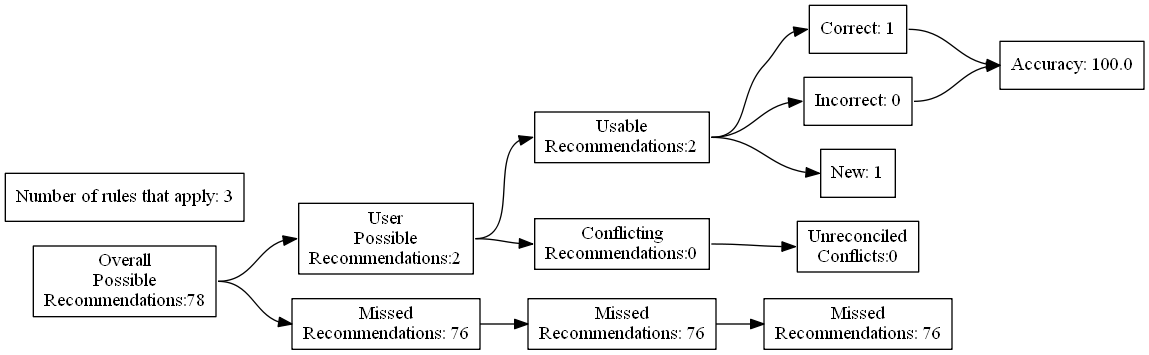
Above: test_renders/110.gv.png in ZaxR/ibd_diet_analysis (Graphviz), before the change. Its source is kept beside it as test_renders/110.gv.
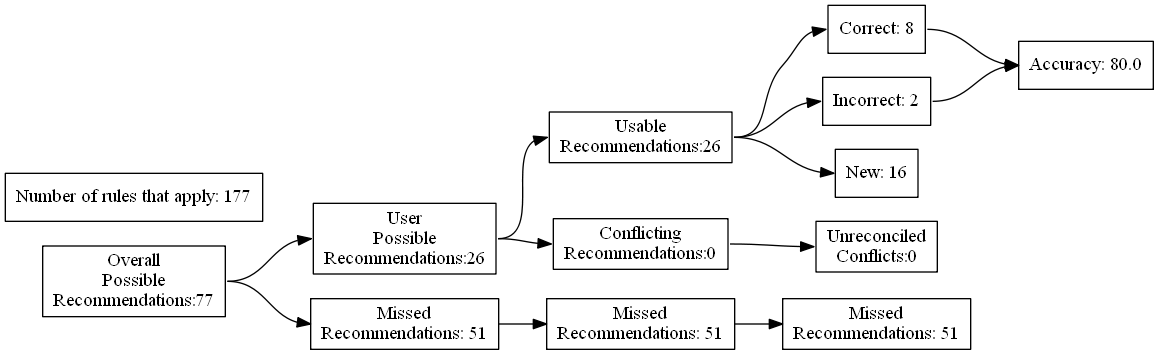
The same diagram one commit later.

Diff of the diagram source:
```diff
@@ -4,27 +4,27 @@
 	edge [headport=w tailport=e]
 		A [label="Overall
 Possible
-Recommendations:78"]
+Recommendations:77"]
 		B [label="User
 Possible
-Recommendations:2"]
+Recommendations:26"]
 		C [label="Missed
-Recommendations: 76"]
+Recommendations: 51"]
 		D [label="Usable
-Recommendations:2"]
+Recommendations:26"]
 		E [label="Conflicting
 Recommendations:0"]
 		J [label="Missed
-Recommendations: 76"]
+Recommendations: 51"]
 		M [label="Unreconciled
 Conflicts:0"]
-		F [label="Correct: 1"]
-		G [label="Incorrect: 0"]
-		H [label="New: 1"]
+		F [label="Correct: 8"]
+		G [label="Incorrect: 2"]
+		H [label="New: 16"]
 		K [label="Missed
-Recommendations: 76"]
-		I [label="Accuracy: 100.0"]
-		l [label="Number of rules that apply: 3"]
+Recommendations: 51"]
+		I [label="Accuracy: 80.0"]
+		l [label="Number of rules that apply: 177"]
 			A -> B
 			A -> C
 			B -> D
```
